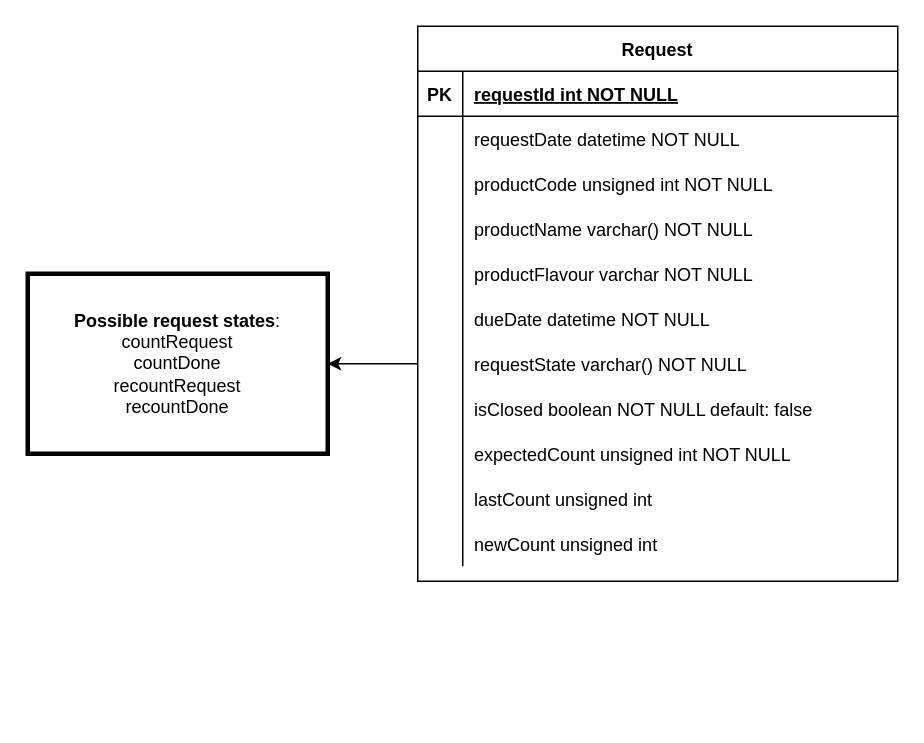
Before: doc/Warehouse product recounter ER diagram.drawio in francescobilotta/Warehouse-request-product-counting, a draw.io diagram. Source tidied: cells renumbered, new cells numbered last; positions are measured from the earlier drawing's top-left corner, leaving out a move shared by most shapes. Both pictures are drawn from the tidied source at 150%, with x=0, y=0 at pixel (27, 26).
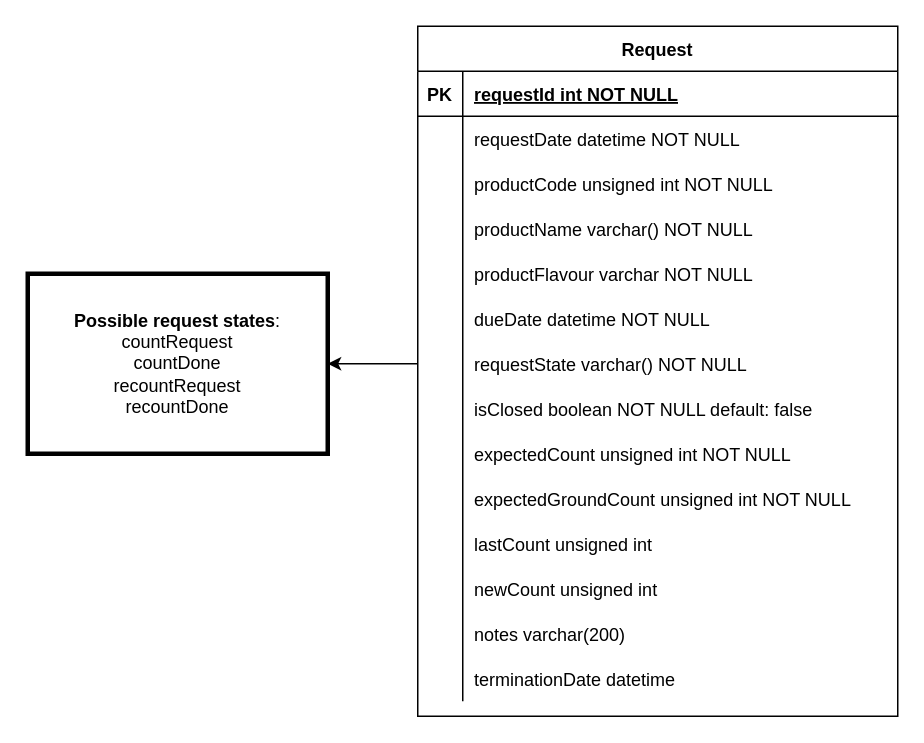
The same page after the edit.

Commit message (it also covers changes not shown here):
Added notes, terminationDate and expectedGroundCount fields in db and updated documentation

Diff of the diagram source:
```diff
@@
     <mxCell id="2" value="Request" style="shape=table;startSize=30;childLayout=tableLayout;rowLines=0;fontStyle=1;align=center;" parent="1" vertex="1">
-      <mxGeometry x="260" width="320" height="370" as="geometry" />
+      <mxGeometry x="260" width="320" height="460" as="geometry" />
     </mxCell>
@@
+    <mxCell id="38" style="shape=partialRectangle;fillColor=none;top=0;left=0;right=0;bottom=0;" parent="2" vertex="1">
+      <mxGeometry y="300" width="320" height="30" as="geometry" />
+    </mxCell>
+    <mxCell id="39" style="shape=partialRectangle;overflow=hidden;fillColor=none;top=0;left=0;bottom=0;right=0;" parent="38" vertex="1">
+      <mxGeometry width="30" height="30" as="geometry" />
+    </mxCell>
+    <mxCell id="40" value="expectedGroundCount unsigned int NOT NULL" style="shape=partialRectangle;overflow=hidden;fillColor=none;top=0;left=0;bottom=0;right=0;align=left;spacingLeft=6;" parent="38" vertex="1">
+      <mxGeometry x="30" width="290" height="30" as="geometry" />
+    </mxCell>
     <mxCell id="30" style="shape=partialRectangle;fillColor=none;top=0;left=0;right=0;bottom=0;" parent="2" vertex="1">
-      <mxGeometry y="300" width="320" height="30" as="geometry" />
+      <mxGeometry y="330" width="320" height="30" as="geometry" />
     </mxCell>
@@
     <mxCell id="33" style="shape=partialRectangle;fillColor=none;top=0;left=0;right=0;bottom=0;" parent="2" vertex="1">
-      <mxGeometry y="330" width="320" height="30" as="geometry" />
+      <mxGeometry y="360" width="320" height="30" as="geometry" />
     </mxCell>
@@
+    <mxCell id="41" style="shape=partialRectangle;fillColor=none;top=0;left=0;right=0;bottom=0;" parent="2" vertex="1">
+      <mxGeometry y="390" width="320" height="30" as="geometry" />
+    </mxCell>
+    <mxCell id="42" style="shape=partialRectangle;overflow=hidden;fillColor=none;top=0;left=0;bottom=0;right=0;" parent="41" vertex="1">
+      <mxGeometry width="30" height="30" as="geometry" />
+    </mxCell>
+    <mxCell id="43" value="notes varchar(200)" style="shape=partialRectangle;overflow=hidden;fillColor=none;top=0;left=0;bottom=0;right=0;align=left;spacingLeft=6;" parent="41" vertex="1">
+      <mxGeometry x="30" width="290" height="30" as="geometry" />
+    </mxCell>
+    <mxCell id="44" style="shape=partialRectangle;fillColor=none;top=0;left=0;right=0;bottom=0;" parent="2" vertex="1">
+      <mxGeometry y="420" width="320" height="30" as="geometry" />
+    </mxCell>
+    <mxCell id="45" style="shape=partialRectangle;overflow=hidden;fillColor=none;top=0;left=0;bottom=0;right=0;" parent="44" vertex="1">
+      <mxGeometry width="30" height="30" as="geometry" />
+    </mxCell>
+    <mxCell id="46" value="terminationDate datetime" style="shape=partialRectangle;overflow=hidden;fillColor=none;top=0;left=0;bottom=0;right=0;align=left;spacingLeft=6;" parent="44" vertex="1">
+      <mxGeometry x="30" width="290" height="30" as="geometry" />
+    </mxCell>
```
